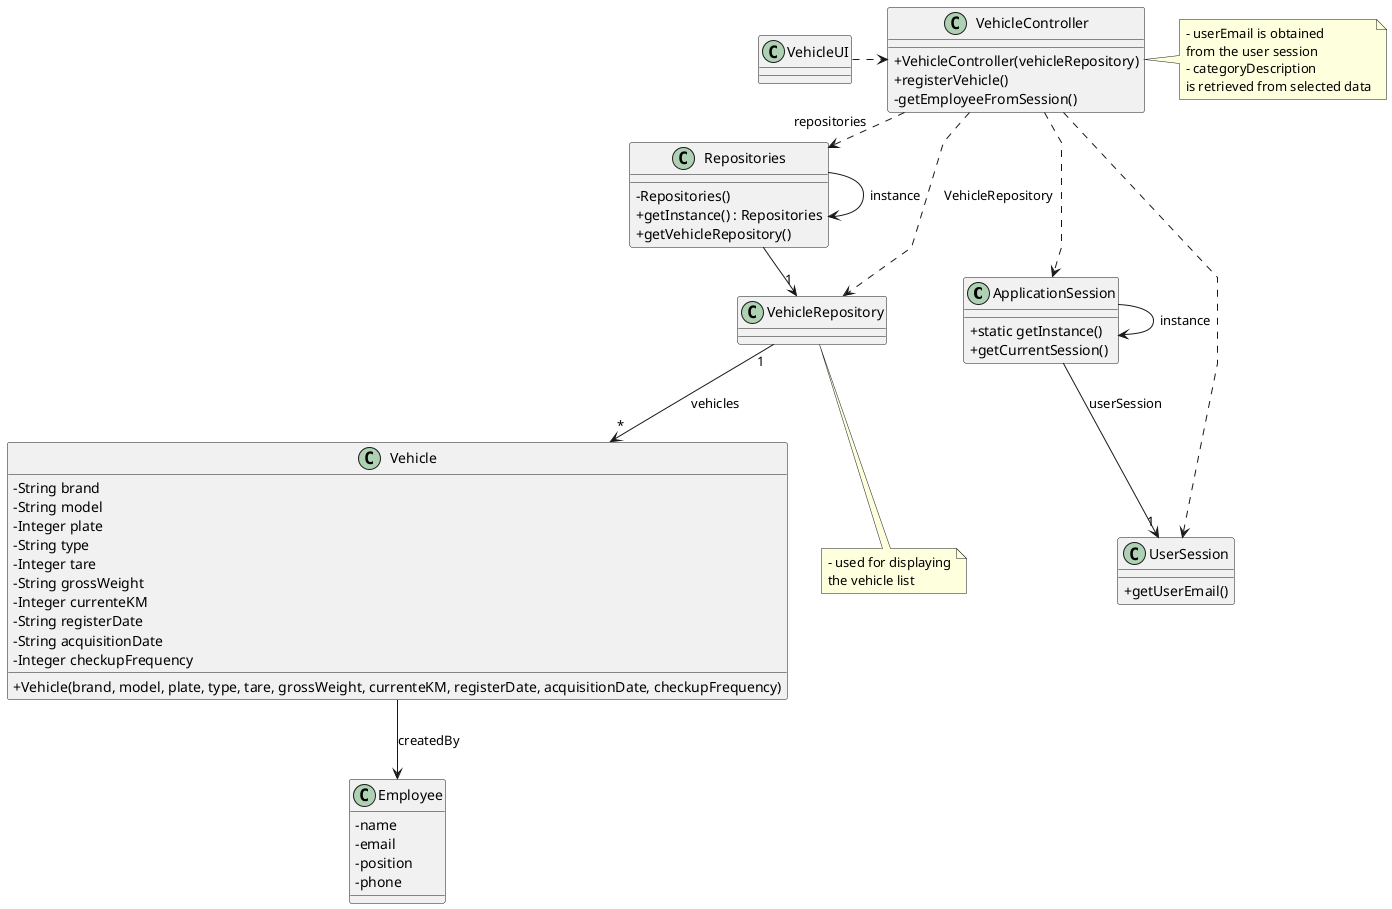
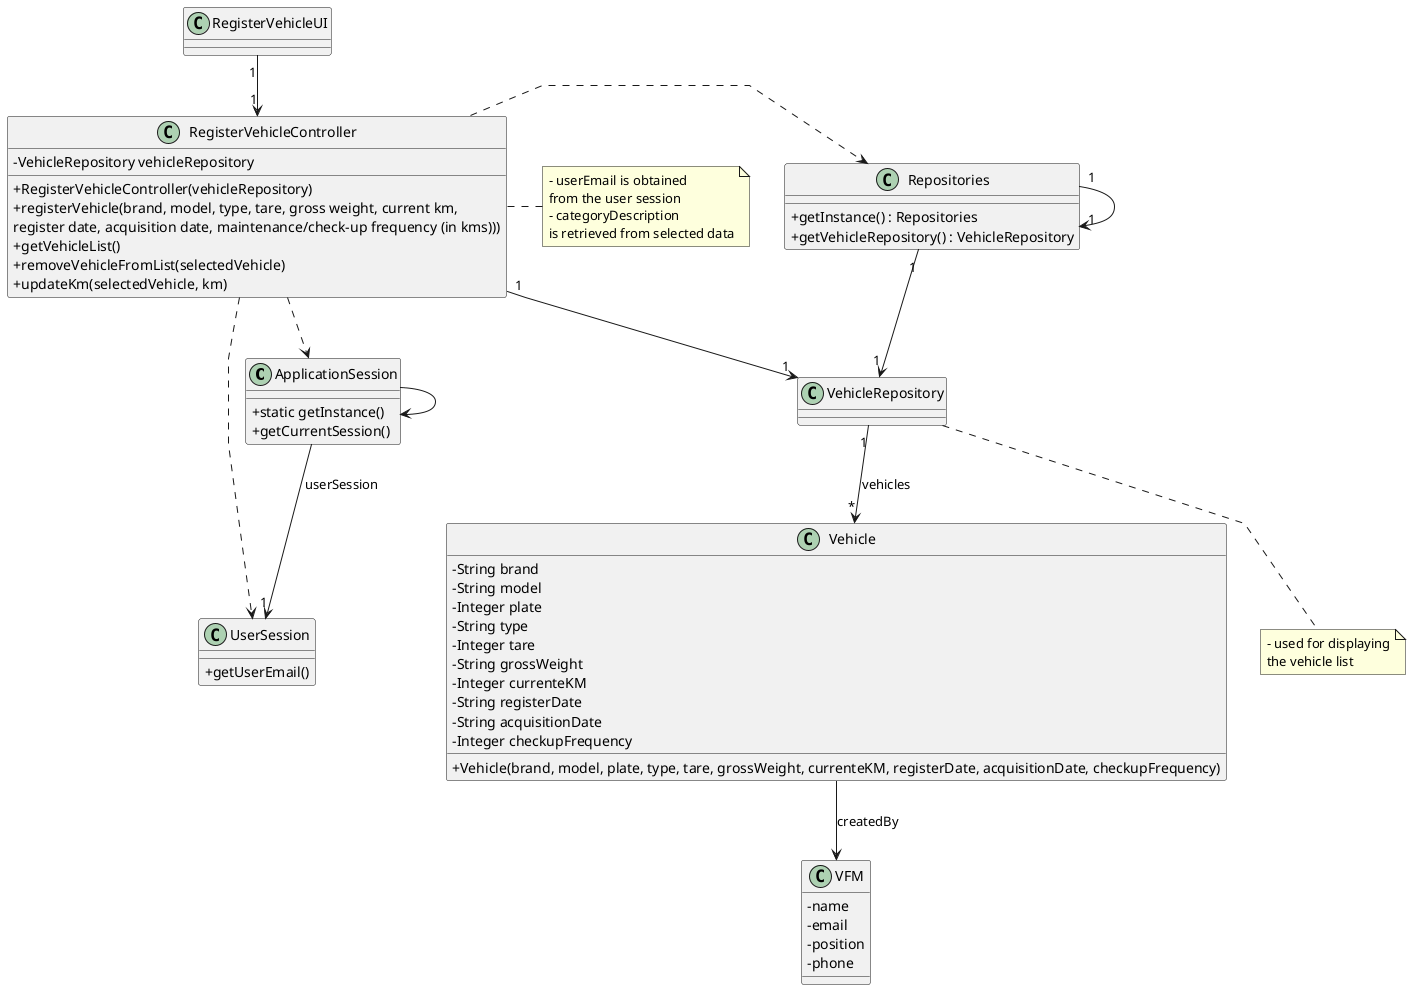
@startuml
'skinparam monochrome true
skinparam packageStyle rectangle
skinparam shadowing false
skinparam linetype polyline
'skinparam linetype orto

skinparam classAttributeIconSize 0

'left to right direction

class ApplicationSession
{
    + static getInstance()
    + getCurrentSession()
}

class UserSession
{
    + getUserEmail()
}

- class Employee {
+ class VFM {
    - name
    - email
    - position
    - phone
}

class Vehicle {
    - String brand
    - String model
    - Integer plate
    - String type
    - Integer tare
    - String grossWeight
    - Integer currenteKM
    - String registerDate
    - String acquisitionDate
    - Integer checkupFrequency

    + Vehicle(brand, model, plate, type, tare, grossWeight, currenteKM, registerDate, acquisitionDate, checkupFrequency)
}



class VehicleRepository {
}


class Repositories {
-     - Repositories()
    + getInstance() : Repositories
-     + getVehicleRepository()
+     + getVehicleRepository() : VehicleRepository
}

- class VehicleController {
-     + VehicleController(vehicleRepository)
-     + registerVehicle()
-     - getEmployeeFromSession()
+ class RegisterVehicleController {
+     - VehicleRepository vehicleRepository
+     + RegisterVehicleController(vehicleRepository)
+     + registerVehicle(brand, model, type, tare, gross weight, current km, \nregister date, acquisition date, maintenance/check-up frequency (in kms)))
+     + getVehicleList()
+     + removeVehicleFromList(selectedVehicle)
+     + updateKm(selectedVehicle, km)
}

- note right of VehicleController
+ note right of RegisterVehicleController
    - userEmail is obtained
    from the user session
    - categoryDescription
    is retrieved from selected data
end note

note bottom of VehicleRepository
    - used for displaying
    the vehicle list
end note

- Repositories -> "1" VehicleRepository
- Repositories -> Repositories : instance
+ Repositories "1" --> "1" VehicleRepository
+ Repositories "1" -> "1" Repositories

- ApplicationSession -> ApplicationSession : instance
+ ApplicationSession --> ApplicationSession
ApplicationSession --> "1" UserSession : userSession

- VehicleUI .> VehicleController
+ RegisterVehicleUI "1" --> "1" RegisterVehicleController

- VehicleController .> Repositories : repositories
- VehicleController ..> ApplicationSession
- VehicleController ..> UserSession
- VehicleController ..> VehicleRepository : VehicleRepository
+ RegisterVehicleController .> Repositories
+ RegisterVehicleController ..> ApplicationSession
+ RegisterVehicleController ..> UserSession
+ RegisterVehicleController "1" --> "1" VehicleRepository

- Vehicle --> Employee : createdBy
+ Vehicle --> VFM : createdBy

VehicleRepository "1" --> "*" Vehicle : vehicles

@enduml